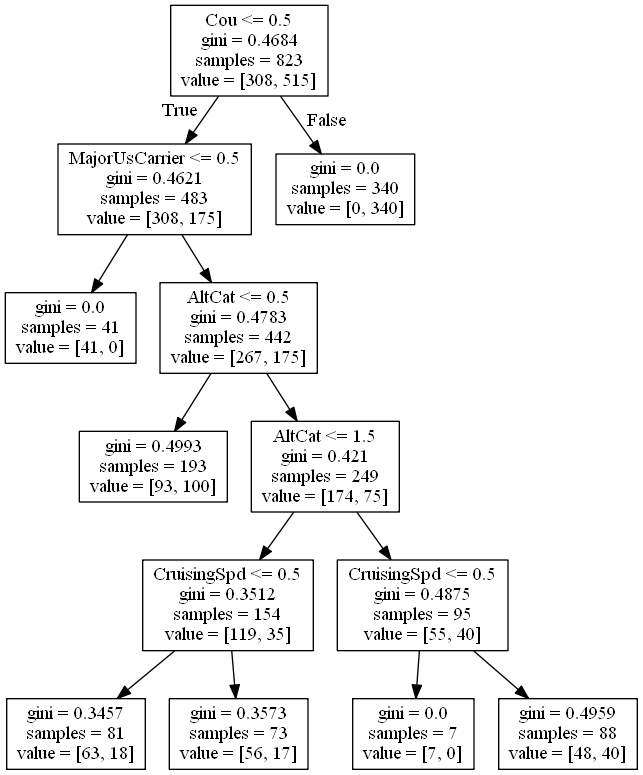
This is Dots/gini_model_2.png from RobLFord/FlightClassification, a Graphviz export, as it was before one commit. Its source is kept beside it as Dots/gini_model_2.dot. Source of this version:
```dot
digraph Tree {
node [shape=box] ;
0 [label="Cou <= 0.5\ngini = 0.4684\nsamples = 823\nvalue = [308, 515]"] ;
1 [label="MajorUsCarrier <= 0.5\ngini = 0.4621\nsamples = 483\nvalue = [308, 175]"] ;
0 -> 1 [labeldistance=2.5, labelangle=45, headlabel="True"] ;
2 [label="gini = 0.0\nsamples = 41\nvalue = [41, 0]"] ;
1 -> 2 ;
3 [label="AltCat <= 0.5\ngini = 0.4783\nsamples = 442\nvalue = [267, 175]"] ;
1 -> 3 ;
4 [label="gini = 0.4993\nsamples = 193\nvalue = [93, 100]"] ;
3 -> 4 ;
5 [label="AltCat <= 1.5\ngini = 0.421\nsamples = 249\nvalue = [174, 75]"] ;
3 -> 5 ;
6 [label="CruisingSpd <= 0.5\ngini = 0.3512\nsamples = 154\nvalue = [119, 35]"] ;
5 -> 6 ;
7 [label="gini = 0.3457\nsamples = 81\nvalue = [63, 18]"] ;
6 -> 7 ;
8 [label="gini = 0.3573\nsamples = 73\nvalue = [56, 17]"] ;
6 -> 8 ;
9 [label="CruisingSpd <= 0.5\ngini = 0.4875\nsamples = 95\nvalue = [55, 40]"] ;
5 -> 9 ;
10 [label="gini = 0.0\nsamples = 7\nvalue = [7, 0]"] ;
9 -> 10 ;
11 [label="gini = 0.4959\nsamples = 88\nvalue = [48, 40]"] ;
9 -> 11 ;
12 [label="gini = 0.0\nsamples = 340\nvalue = [0, 340]"] ;
0 -> 12 [labeldistance=2.5, labelangle=-45, headlabel="False"] ;
}
```
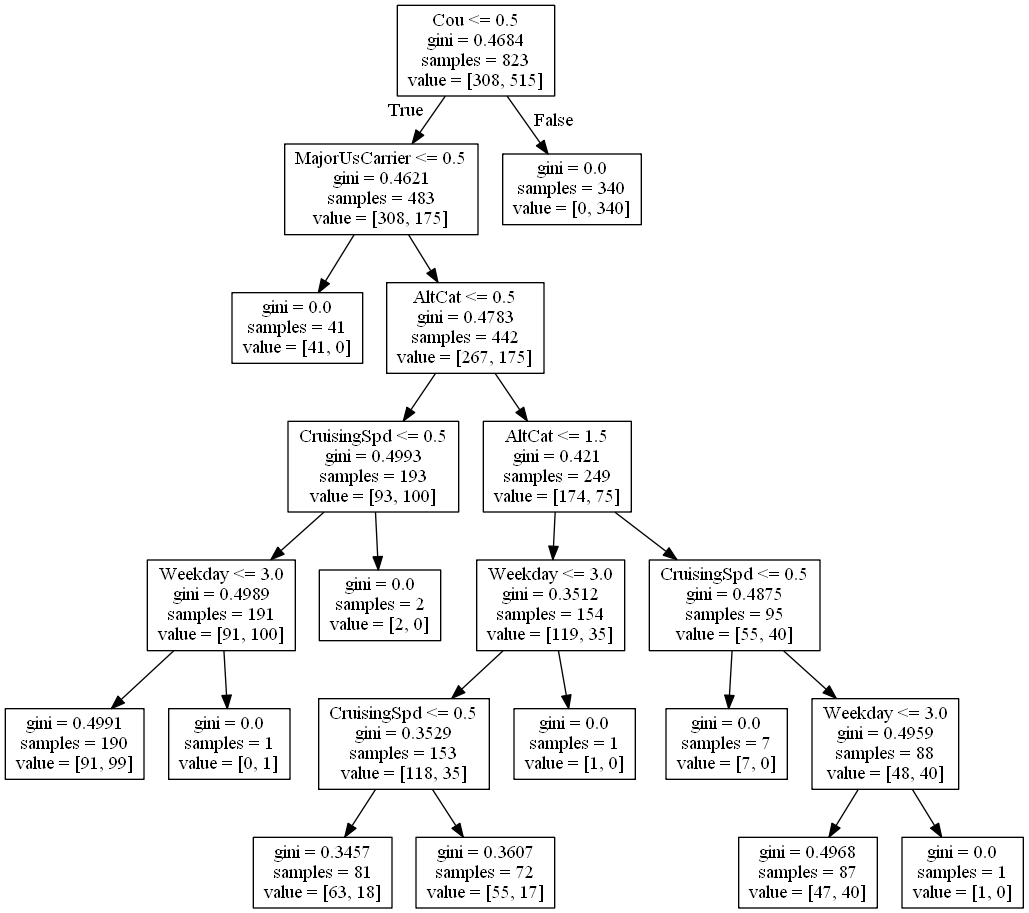
After the commit.

Change to the diagram source:
```diff
@@ -7,22 +7,38 @@
 1 -> 2 ;
 3 [label="AltCat <= 0.5\ngini = 0.4783\nsamples = 442\nvalue = [267, 175]"] ;
 1 -> 3 ;
-4 [label="gini = 0.4993\nsamples = 193\nvalue = [93, 100]"] ;
+4 [label="CruisingSpd <= 0.5\ngini = 0.4993\nsamples = 193\nvalue = [93, 100]"] ;
 3 -> 4 ;
-5 [label="AltCat <= 1.5\ngini = 0.421\nsamples = 249\nvalue = [174, 75]"] ;
-3 -> 5 ;
-6 [label="CruisingSpd <= 0.5\ngini = 0.3512\nsamples = 154\nvalue = [119, 35]"] ;
+5 [label="Weekday <= 3.0\ngini = 0.4989\nsamples = 191\nvalue = [91, 100]"] ;
+4 -> 5 ;
+6 [label="gini = 0.4991\nsamples = 190\nvalue = [91, 99]"] ;
 5 -> 6 ;
-7 [label="gini = 0.3457\nsamples = 81\nvalue = [63, 18]"] ;
-6 -> 7 ;
-8 [label="gini = 0.3573\nsamples = 73\nvalue = [56, 17]"] ;
-6 -> 8 ;
-9 [label="CruisingSpd <= 0.5\ngini = 0.4875\nsamples = 95\nvalue = [55, 40]"] ;
-5 -> 9 ;
-10 [label="gini = 0.0\nsamples = 7\nvalue = [7, 0]"] ;
+7 [label="gini = 0.0\nsamples = 1\nvalue = [0, 1]"] ;
+5 -> 7 ;
+8 [label="gini = 0.0\nsamples = 2\nvalue = [2, 0]"] ;
+4 -> 8 ;
+9 [label="AltCat <= 1.5\ngini = 0.421\nsamples = 249\nvalue = [174, 75]"] ;
+3 -> 9 ;
+10 [label="Weekday <= 3.0\ngini = 0.3512\nsamples = 154\nvalue = [119, 35]"] ;
 9 -> 10 ;
-11 [label="gini = 0.4959\nsamples = 88\nvalue = [48, 40]"] ;
-9 -> 11 ;
-12 [label="gini = 0.0\nsamples = 340\nvalue = [0, 340]"] ;
-0 -> 12 [labeldistance=2.5, labelangle=-45, headlabel="False"] ;
+11 [label="CruisingSpd <= 0.5\ngini = 0.3529\nsamples = 153\nvalue = [118, 35]"] ;
+10 -> 11 ;
+12 [label="gini = 0.3457\nsamples = 81\nvalue = [63, 18]"] ;
+11 -> 12 ;
+13 [label="gini = 0.3607\nsamples = 72\nvalue = [55, 17]"] ;
+11 -> 13 ;
+14 [label="gini = 0.0\nsamples = 1\nvalue = [1, 0]"] ;
+10 -> 14 ;
+15 [label="CruisingSpd <= 0.5\ngini = 0.4875\nsamples = 95\nvalue = [55, 40]"] ;
+9 -> 15 ;
+16 [label="gini = 0.0\nsamples = 7\nvalue = [7, 0]"] ;
+15 -> 16 ;
+17 [label="Weekday <= 3.0\ngini = 0.4959\nsamples = 88\nvalue = [48, 40]"] ;
+15 -> 17 ;
+18 [label="gini = 0.4968\nsamples = 87\nvalue = [47, 40]"] ;
+17 -> 18 ;
+19 [label="gini = 0.0\nsamples = 1\nvalue = [1, 0]"] ;
+17 -> 19 ;
+20 [label="gini = 0.0\nsamples = 340\nvalue = [0, 340]"] ;
+0 -> 20 [labeldistance=2.5, labelangle=-45, headlabel="False"] ;
 }
```
